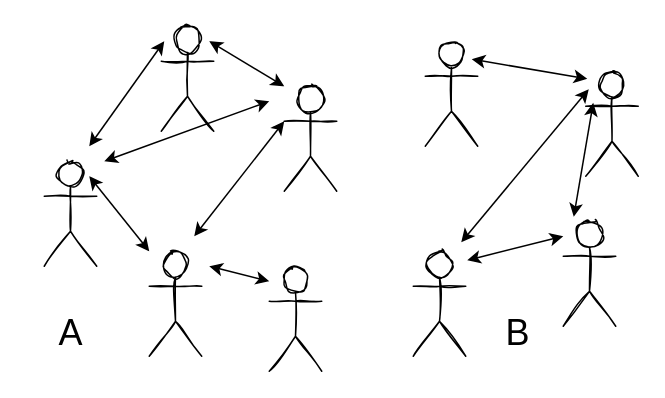
benjaminion/upgrading-ethereum-book keeps this draw.io diagram as page "partition" (4 of 5) of src/diagrams/consensus.drawio. Above is the earlier version. Source tidied: cells renumbered, new cells numbered last; positions are measured from the earlier drawing's top-left corner, leaving out a move shared by most shapes. Both pictures are drawn from the tidied source at 150%, with x=0, y=0 at pixel (26, 26).
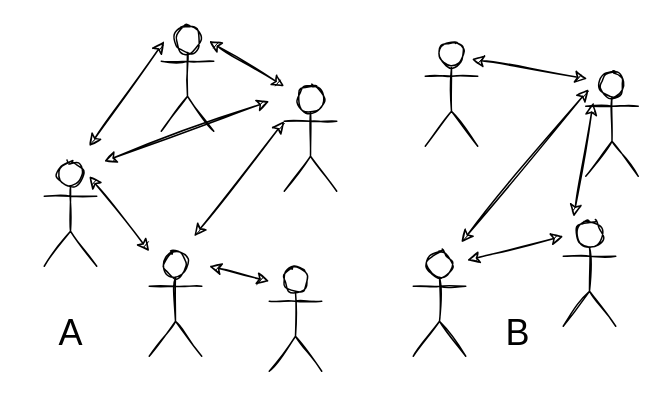
Above is the later version.

Commit message:
Add messages drawing

Unchanged cells that the change refers to:
```xml
<mxCell id="2" style="shape=umlActor;verticalLabelPosition=bottom;verticalAlign=top;html=1;outlineConnect=0;sketch=1;" parent="1" vertex="1">
  <mxGeometry x="90" width="35" height="70" as="geometry" />
</mxCell>
<mxCell id="3" style="shape=umlActor;verticalLabelPosition=bottom;verticalAlign=top;html=1;outlineConnect=0;sketch=1;" parent="1" vertex="1">
  <mxGeometry x="172" y="40" width="35" height="70" as="geometry" />
</mxCell>
```

Diff of the diagram source:
```diff
@@
-    <mxCell id="11" style="endArrow=classic;startArrow=classic;html=1;rounded=0;entryX=0;entryY=0.3333333333333333;entryDx=0;entryDy=0;entryPerimeter=0;" parent="1" edge="1" target="3">
+    <mxCell id="11" style="endArrow=classic;startArrow=classic;html=1;rounded=0;entryX=0;entryY=0.3333333333333333;entryDx=0;entryDy=0;entryPerimeter=0;sketch=1;" parent="1" edge="1" target="3">
       <mxGeometry relative="1" as="geometry">
         <mxPoint x="112" y="140" as="sourcePoint" />
       </mxGeometry>
     </mxCell>
-    <mxCell id="12" style="endArrow=classic;startArrow=classic;html=1;rounded=0;" parent="1" edge="1">
+    <mxCell id="12" style="endArrow=classic;startArrow=classic;html=1;rounded=0;sketch=1;" parent="1" edge="1">
       <mxGeometry relative="1" as="geometry">
         <mxPoint x="162" y="50" as="sourcePoint" />
         <mxPoint x="52" y="90" as="targetPoint" />
       </mxGeometry>
     </mxCell>
-    <mxCell id="13" style="endArrow=classic;startArrow=classic;html=1;rounded=0;" parent="1" edge="1">
+    <mxCell id="13" style="endArrow=classic;startArrow=classic;html=1;rounded=0;sketch=1;" parent="1" edge="1">
       <mxGeometry relative="1" as="geometry">
         <mxPoint x="122" y="160" as="sourcePoint" />
         <mxPoint x="162" y="170" as="targetPoint" />
       </mxGeometry>
     </mxCell>
-    <mxCell id="14" style="endArrow=classic;startArrow=classic;html=1;rounded=0;" parent="1" edge="1">
+    <mxCell id="14" style="endArrow=classic;startArrow=classic;html=1;rounded=0;sketch=1;" parent="1" edge="1">
       <mxGeometry relative="1" as="geometry">
         <mxPoint x="42" y="100" as="sourcePoint" />
         <mxPoint x="82" y="150" as="targetPoint" />
       </mxGeometry>
     </mxCell>
-    <mxCell id="15" style="endArrow=classic;startArrow=classic;html=1;rounded=0;" parent="1" edge="1">
+    <mxCell id="15" style="endArrow=classic;startArrow=classic;html=1;rounded=0;sketch=1;" parent="1" edge="1">
       <mxGeometry relative="1" as="geometry">
         <mxPoint x="122" y="10" as="sourcePoint" />
         <mxPoint x="172" y="40" as="targetPoint" />
       </mxGeometry>
     </mxCell>
-    <mxCell id="16" style="endArrow=classic;startArrow=classic;html=1;rounded=0;entryX=0.057;entryY=0.143;entryDx=0;entryDy=0;entryPerimeter=0;" parent="1" edge="1" target="2">
+    <mxCell id="16" style="endArrow=classic;startArrow=classic;html=1;rounded=0;entryX=0.057;entryY=0.143;entryDx=0;entryDy=0;entryPerimeter=0;sketch=1;" parent="1" edge="1" target="2">
       <mxGeometry relative="1" as="geometry">
         <mxPoint x="42" y="80" as="sourcePoint" />
       </mxGeometry>
     </mxCell>
-    <mxCell id="17" style="endArrow=classic;startArrow=classic;html=1;rounded=0;" parent="1" edge="1">
+    <mxCell id="17" style="endArrow=classic;startArrow=classic;html=1;rounded=0;sketch=1;" parent="1" edge="1">
       <mxGeometry relative="1" as="geometry">
         <mxPoint x="294" y="156" as="sourcePoint" />
         <mxPoint x="358" y="140" as="targetPoint" />
       </mxGeometry>
     </mxCell>
-    <mxCell id="18" style="endArrow=classic;startArrow=classic;html=1;rounded=0;" parent="1" edge="1">
+    <mxCell id="18" style="endArrow=classic;startArrow=classic;html=1;rounded=0;sketch=1;" parent="1" edge="1">
       <mxGeometry relative="1" as="geometry">
         <mxPoint x="290" y="144" as="sourcePoint" />
         <mxPoint x="375" y="42" as="targetPoint" />
       </mxGeometry>
     </mxCell>
-    <mxCell id="19" style="endArrow=classic;startArrow=classic;html=1;rounded=0;" parent="1" edge="1">
+    <mxCell id="19" style="endArrow=classic;startArrow=classic;html=1;rounded=0;sketch=1;" parent="1" edge="1">
       <mxGeometry relative="1" as="geometry">
         <mxPoint x="365" y="127" as="sourcePoint" />
         <mxPoint x="378" y="51" as="targetPoint" />
       </mxGeometry>
     </mxCell>
-    <mxCell id="20" style="endArrow=classic;startArrow=classic;html=1;rounded=0;" parent="1" edge="1">
+    <mxCell id="20" style="endArrow=classic;startArrow=classic;html=1;rounded=0;sketch=1;" parent="1" edge="1">
       <mxGeometry relative="1" as="geometry">
         <mxPoint x="297" y="22" as="sourcePoint" />
         <mxPoint x="374" y="35" as="targetPoint" />
       </mxGeometry>
     </mxCell>
```
